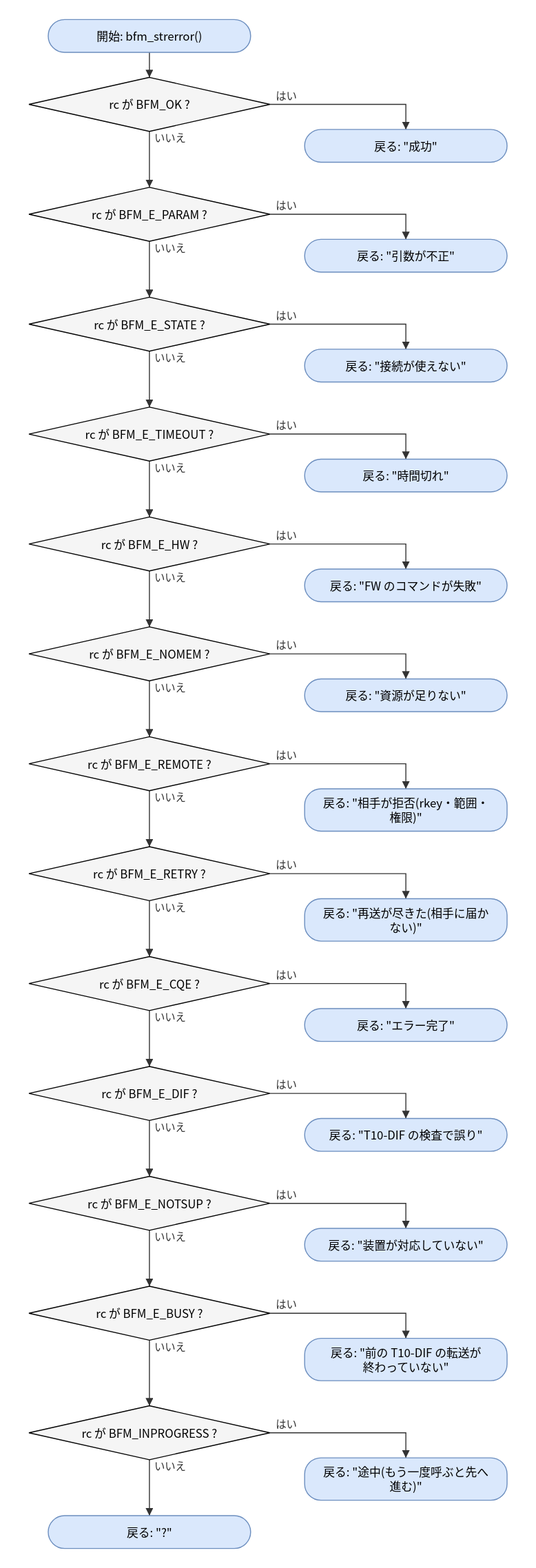
Before: doc/spec/images/flow_src_bfm_ops-bfm_strerror.drawio.svg, a diagram exported from draw.io (hf355051012-ai/bfmem). Source tidied: cells renumbered, new cells last; positions are measured from the earlier drawing's top-left corner, leaving out a move shared by most shapes.
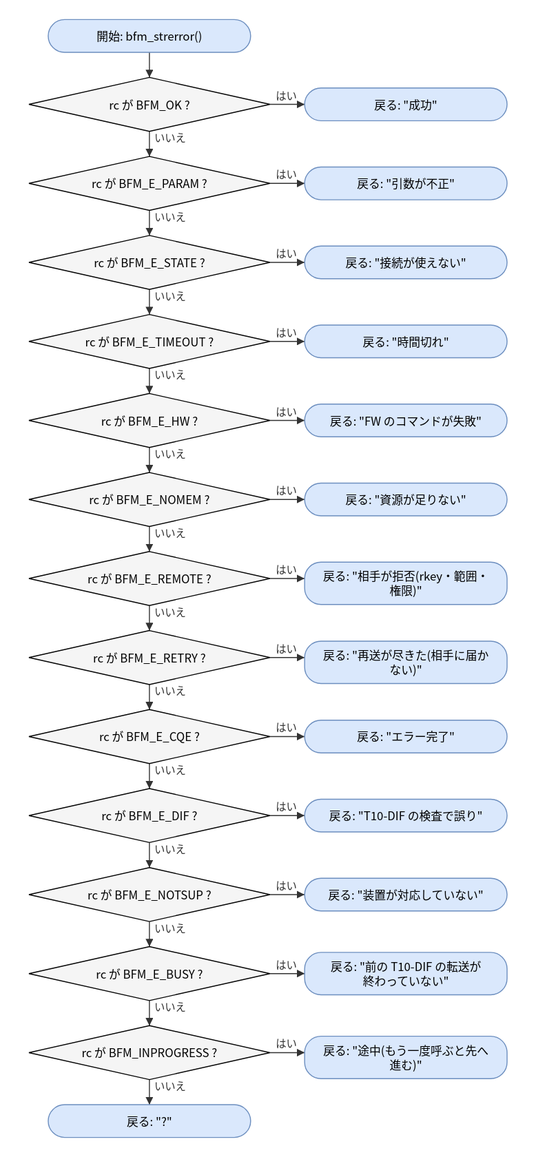
Later version of the same file.

Diff of the diagram source:
```diff
@@ -11,78 +11,78 @@
     <mxCell id="4" value="戻る: &amp;quot;成功&amp;quot;" style="rounded=1;arcSize=50;whiteSpace=wrap;html=1;fillColor=#dae8fc;strokeColor=#6c8ebf;" parent="1" vertex="1">
-      <mxGeometry x="286" y="114" width="210" height="34" as="geometry" />
+      <mxGeometry x="286" y="71" width="210" height="34" as="geometry" />
     </mxCell>
     <mxCell id="5" value="rc が BFM_E_PARAM ?" style="rhombus;whiteSpace=wrap;html=1;fillColor=#f5f5f5;" parent="1" vertex="1">
-      <mxGeometry y="174" width="250" height="56" as="geometry" />
+      <mxGeometry y="142" width="250" height="56" as="geometry" />
     </mxCell>
     <mxCell id="6" value="戻る: &amp;quot;引数が不正&amp;quot;" style="rounded=1;arcSize=50;whiteSpace=wrap;html=1;fillColor=#dae8fc;strokeColor=#6c8ebf;" parent="1" vertex="1">
-      <mxGeometry x="286" y="228" width="210" height="34" as="geometry" />
+      <mxGeometry x="286" y="153" width="210" height="34" as="geometry" />
     </mxCell>
     <mxCell id="7" value="rc が BFM_E_STATE ?" style="rhombus;whiteSpace=wrap;html=1;fillColor=#f5f5f5;" parent="1" vertex="1">
-      <mxGeometry y="288" width="250" height="56" as="geometry" />
+      <mxGeometry y="224" width="250" height="56" as="geometry" />
     </mxCell>
     <mxCell id="8" value="戻る: &amp;quot;接続が使えない&amp;quot;" style="rounded=1;arcSize=50;whiteSpace=wrap;html=1;fillColor=#dae8fc;strokeColor=#6c8ebf;" parent="1" vertex="1">
-      <mxGeometry x="286" y="342" width="210" height="34" as="geometry" />
+      <mxGeometry x="286" y="235" width="210" height="34" as="geometry" />
     </mxCell>
     <mxCell id="9" value="rc が BFM_E_TIMEOUT ?" style="rhombus;whiteSpace=wrap;html=1;fillColor=#f5f5f5;" parent="1" vertex="1">
-      <mxGeometry y="402" width="250" height="56" as="geometry" />
+      <mxGeometry y="306" width="250" height="56" as="geometry" />
     </mxCell>
     <mxCell id="10" value="戻る: &amp;quot;時間切れ&amp;quot;" style="rounded=1;arcSize=50;whiteSpace=wrap;html=1;fillColor=#dae8fc;strokeColor=#6c8ebf;" parent="1" vertex="1">
-      <mxGeometry x="286" y="456" width="210" height="34" as="geometry" />
+      <mxGeometry x="286" y="317" width="210" height="34" as="geometry" />
     </mxCell>
     <mxCell id="11" value="rc が BFM_E_HW ?" style="rhombus;whiteSpace=wrap;html=1;fillColor=#f5f5f5;" parent="1" vertex="1">
-      <mxGeometry y="516" width="250" height="56" as="geometry" />
+      <mxGeometry y="388" width="250" height="56" as="geometry" />
     </mxCell>
     <mxCell id="12" value="戻る: &amp;quot;FW のコマンドが失敗&amp;quot;" style="rounded=1;arcSize=50;whiteSpace=wrap;html=1;fillColor=#dae8fc;strokeColor=#6c8ebf;" parent="1" vertex="1">
-      <mxGeometry x="286" y="570" width="210" height="34" as="geometry" />
+      <mxGeometry x="286" y="399" width="210" height="34" as="geometry" />
     </mxCell>
     <mxCell id="13" value="rc が BFM_E_NOMEM ?" style="rhombus;whiteSpace=wrap;html=1;fillColor=#f5f5f5;" parent="1" vertex="1">
-      <mxGeometry y="630" width="250" height="56" as="geometry" />
+      <mxGeometry y="470" width="250" height="56" as="geometry" />
     </mxCell>
     <mxCell id="14" value="戻る: &amp;quot;資源が足りない&amp;quot;" style="rounded=1;arcSize=50;whiteSpace=wrap;html=1;fillColor=#dae8fc;strokeColor=#6c8ebf;" parent="1" vertex="1">
-      <mxGeometry x="286" y="684" width="210" height="34" as="geometry" />
+      <mxGeometry x="286" y="481" width="210" height="34" as="geometry" />
     </mxCell>
     <mxCell id="15" value="rc が BFM_E_REMOTE ?" style="rhombus;whiteSpace=wrap;html=1;fillColor=#f5f5f5;" parent="1" vertex="1">
-      <mxGeometry y="744" width="250" height="56" as="geometry" />
+      <mxGeometry y="552" width="250" height="56" as="geometry" />
     </mxCell>
     <mxCell id="16" value="戻る: &amp;quot;相手が拒否(rkey・範囲・&lt;br&gt;権限)&amp;quot;" style="rounded=1;arcSize=50;whiteSpace=wrap;html=1;fillColor=#dae8fc;strokeColor=#6c8ebf;" parent="1" vertex="1">
-      <mxGeometry x="286" y="798" width="210" height="44" as="geometry" />
+      <mxGeometry x="286" y="563" width="210" height="44" as="geometry" />
     </mxCell>
     <mxCell id="17" value="rc が BFM_E_RETRY ?" style="rhombus;whiteSpace=wrap;html=1;fillColor=#f5f5f5;" parent="1" vertex="1">
-      <mxGeometry y="858" width="250" height="56" as="geometry" />
+      <mxGeometry y="634" width="250" height="56" as="geometry" />
     </mxCell>
     <mxCell id="18" value="戻る: &amp;quot;再送が尽きた(相手に届か&lt;br&gt;ない)&amp;quot;" style="rounded=1;arcSize=50;whiteSpace=wrap;html=1;fillColor=#dae8fc;strokeColor=#6c8ebf;" parent="1" vertex="1">
-      <mxGeometry x="286" y="912" width="210" height="44" as="geometry" />
+      <mxGeometry x="286" y="645" width="210" height="44" as="geometry" />
     </mxCell>
     <mxCell id="19" value="rc が BFM_E_CQE ?" style="rhombus;whiteSpace=wrap;html=1;fillColor=#f5f5f5;" parent="1" vertex="1">
-      <mxGeometry y="972" width="250" height="56" as="geometry" />
+      <mxGeometry y="716" width="250" height="56" as="geometry" />
     </mxCell>
     <mxCell id="20" value="戻る: &amp;quot;エラー完了&amp;quot;" style="rounded=1;arcSize=50;whiteSpace=wrap;html=1;fillColor=#dae8fc;strokeColor=#6c8ebf;" parent="1" vertex="1">
-      <mxGeometry x="286" y="1026" width="210" height="34" as="geometry" />
+      <mxGeometry x="286" y="727" width="210" height="34" as="geometry" />
     </mxCell>
     <mxCell id="21" value="rc が BFM_E_DIF ?" style="rhombus;whiteSpace=wrap;html=1;fillColor=#f5f5f5;" parent="1" vertex="1">
-      <mxGeometry y="1086" width="250" height="56" as="geometry" />
+      <mxGeometry y="798" width="250" height="56" as="geometry" />
     </mxCell>
     <mxCell id="22" value="戻る: &amp;quot;T10-DIF の検査で誤り&amp;quot;" style="rounded=1;arcSize=50;whiteSpace=wrap;html=1;fillColor=#dae8fc;strokeColor=#6c8ebf;" parent="1" vertex="1">
-      <mxGeometry x="286" y="1140" width="210" height="34" as="geometry" />
+      <mxGeometry x="286" y="809" width="210" height="34" as="geometry" />
     </mxCell>
     <mxCell id="23" value="rc が BFM_E_NOTSUP ?" style="rhombus;whiteSpace=wrap;html=1;fillColor=#f5f5f5;" parent="1" vertex="1">
-      <mxGeometry y="1200" width="250" height="56" as="geometry" />
+      <mxGeometry y="880" width="250" height="56" as="geometry" />
     </mxCell>
     <mxCell id="24" value="戻る: &amp;quot;装置が対応していない&amp;quot;" style="rounded=1;arcSize=50;whiteSpace=wrap;html=1;fillColor=#dae8fc;strokeColor=#6c8ebf;" parent="1" vertex="1">
-      <mxGeometry x="286" y="1254" width="210" height="34" as="geometry" />
+      <mxGeometry x="286" y="891" width="210" height="34" as="geometry" />
     </mxCell>
     <mxCell id="25" value="rc が BFM_E_BUSY ?" style="rhombus;whiteSpace=wrap;html=1;fillColor=#f5f5f5;" parent="1" vertex="1">
-      <mxGeometry y="1314" width="250" height="56" as="geometry" />
+      <mxGeometry y="962" width="250" height="56" as="geometry" />
     </mxCell>
     <mxCell id="26" value="戻る: &amp;quot;前の T10-DIF の転送が&lt;br&gt;終わっていない&amp;quot;" style="rounded=1;arcSize=50;whiteSpace=wrap;html=1;fillColor=#dae8fc;strokeColor=#6c8ebf;" parent="1" vertex="1">
-      <mxGeometry x="286" y="1368" width="210" height="44" as="geometry" />
+      <mxGeometry x="286" y="968" width="210" height="44" as="geometry" />
     </mxCell>
     <mxCell id="27" value="rc が BFM_INPROGRESS ?" style="rhombus;whiteSpace=wrap;html=1;fillColor=#f5f5f5;" parent="1" vertex="1">
-      <mxGeometry y="1438" width="250" height="56" as="geometry" />
+      <mxGeometry y="1044" width="250" height="56" as="geometry" />
     </mxCell>
     <mxCell id="28" value="戻る: &amp;quot;途中(もう一度呼ぶと先へ&lt;br&gt;進む)&amp;quot;" style="rounded=1;arcSize=50;whiteSpace=wrap;html=1;fillColor=#dae8fc;strokeColor=#6c8ebf;" parent="1" vertex="1">
-      <mxGeometry x="286" y="1492" width="210" height="44" as="geometry" />
+      <mxGeometry x="286" y="1055" width="210" height="44" as="geometry" />
     </mxCell>
     <mxCell id="29" value="戻る: &amp;quot;?&amp;quot;" style="rounded=1;arcSize=50;whiteSpace=wrap;html=1;fillColor=#dae8fc;strokeColor=#6c8ebf;" parent="1" vertex="1">
-      <mxGeometry x="20" y="1552" width="210" height="34" as="geometry" />
+      <mxGeometry x="20" y="1126" width="210" height="34" as="geometry" />
     </mxCell>
@@ -91,8 +91,4 @@
     </mxCell>
-    <mxCell id="31" value="はい" style="edgeStyle=none;html=1;rounded=0;endArrow=block;endFill=1;exitX=1.0000;exitY=0.5000;exitDx=0;exitDy=0;exitPerimeter=0;entryX=0.5000;entryY=0.0000;entryDx=0;entryDy=0;entryPerimeter=0;" parent="1" edge="1" source="3" target="4">
-      <mxGeometry relative="1" as="geometry">
-        <Array as="points">
-          <mxPoint x="391" y="88" />
-        </Array>
-      </mxGeometry>
+    <mxCell id="31" value="はい" style="edgeStyle=none;html=1;rounded=0;endArrow=block;endFill=1;exitX=1.0000;exitY=0.5000;exitDx=0;exitDy=0;exitPerimeter=0;entryX=0.0000;entryY=0.5000;entryDx=0;entryDy=0;entryPerimeter=0;" parent="1" edge="1" source="3" target="4">
+      <mxGeometry relative="1" as="geometry" />
     </mxCell>
@@ -101,8 +97,4 @@
     </mxCell>
-    <mxCell id="33" value="はい" style="edgeStyle=none;html=1;rounded=0;endArrow=block;endFill=1;exitX=1.0000;exitY=0.5000;exitDx=0;exitDy=0;exitPerimeter=0;entryX=0.5000;entryY=0.0000;entryDx=0;entryDy=0;entryPerimeter=0;" parent="1" edge="1" source="5" target="6">
-      <mxGeometry relative="1" as="geometry">
-        <Array as="points">
-          <mxPoint x="391" y="202" />
-        </Array>
-      </mxGeometry>
+    <mxCell id="33" value="はい" style="edgeStyle=none;html=1;rounded=0;endArrow=block;endFill=1;exitX=1.0000;exitY=0.5000;exitDx=0;exitDy=0;exitPerimeter=0;entryX=0.0000;entryY=0.5000;entryDx=0;entryDy=0;entryPerimeter=0;" parent="1" edge="1" source="5" target="6">
+      <mxGeometry relative="1" as="geometry" />
     </mxCell>
@@ -111,8 +103,4 @@
     </mxCell>
-    <mxCell id="35" value="はい" style="edgeStyle=none;html=1;rounded=0;endArrow=block;endFill=1;exitX=1.0000;exitY=0.5000;exitDx=0;exitDy=0;exitPerimeter=0;entryX=0.5000;entryY=0.0000;entryDx=0;entryDy=0;entryPerimeter=0;" parent="1" edge="1" source="7" target="8">
-      <mxGeometry relative="1" as="geometry">
-        <Array as="points">
-          <mxPoint x="391" y="316" />
-        </Array>
-      </mxGeometry>
+    <mxCell id="35" value="はい" style="edgeStyle=none;html=1;rounded=0;endArrow=block;endFill=1;exitX=1.0000;exitY=0.5000;exitDx=0;exitDy=0;exitPerimeter=0;entryX=0.0000;entryY=0.5000;entryDx=0;entryDy=0;entryPerimeter=0;" parent="1" edge="1" source="7" target="8">
+      <mxGeometry relative="1" as="geometry" />
     </mxCell>
@@ -121,8 +109,4 @@
     </mxCell>
-    <mxCell id="37" value="はい" style="edgeStyle=none;html=1;rounded=0;endArrow=block;endFill=1;exitX=1.0000;exitY=0.5000;exitDx=0;exitDy=0;exitPerimeter=0;entryX=0.5000;entryY=0.0000;entryDx=0;entryDy=0;entryPerimeter=0;" parent="1" edge="1" source="9" target="10">
-      <mxGeometry relative="1" as="geometry">
-        <Array as="points">
-          <mxPoint x="391" y="430" />
-        </Array>
-      </mxGeometry>
+    <mxCell id="37" value="はい" style="edgeStyle=none;html=1;rounded=0;endArrow=block;endFill=1;exitX=1.0000;exitY=0.5000;exitDx=0;exitDy=0;exitPerimeter=0;entryX=0.0000;entryY=0.5000;entryDx=0;entryDy=0;entryPerimeter=0;" parent="1" edge="1" source="9" target="10">
+      <mxGeometry relative="1" as="geometry" />
     </mxCell>
@@ -131,8 +115,4 @@
     </mxCell>
-    <mxCell id="39" value="はい" style="edgeStyle=none;html=1;rounded=0;endArrow=block;endFill=1;exitX=1.0000;exitY=0.5000;exitDx=0;exitDy=0;exitPerimeter=0;entryX=0.5000;entryY=0.0000;entryDx=0;entryDy=0;entryPerimeter=0;" parent="1" edge="1" source="11" target="12">
-      <mxGeometry relative="1" as="geometry">
-        <Array as="points">
-          <mxPoint x="391" y="544" />
-        </Array>
-      </mxGeometry>
+    <mxCell id="39" value="はい" style="edgeStyle=none;html=1;rounded=0;endArrow=block;endFill=1;exitX=1.0000;exitY=0.5000;exitDx=0;exitDy=0;exitPerimeter=0;entryX=0.0000;entryY=0.5000;entryDx=0;entryDy=0;entryPerimeter=0;" parent="1" edge="1" source="11" target="12">
+      <mxGeometry relative="1" as="geometry" />
     </mxCell>
@@ -141,8 +121,4 @@
     </mxCell>
-    <mxCell id="41" value="はい" style="edgeStyle=none;html=1;rounded=0;endArrow=block;endFill=1;exitX=1.0000;exitY=0.5000;exitDx=0;exitDy=0;exitPerimeter=0;entryX=0.5000;entryY=0.0000;entryDx=0;entryDy=0;entryPerimeter=0;" parent="1" edge="1" source="13" target="14">
-      <mxGeometry relative="1" as="geometry">
-        <Array as="points">
-          <mxPoint x="391" y="658" />
-        </Array>
-      </mxGeometry>
+    <mxCell id="41" value="はい" style="edgeStyle=none;html=1;rounded=0;endArrow=block;endFill=1;exitX=1.0000;exitY=0.5000;exitDx=0;exitDy=0;exitPerimeter=0;entryX=0.0000;entryY=0.5000;entryDx=0;entryDy=0;entryPerimeter=0;" parent="1" edge="1" source="13" target="14">
+      <mxGeometry relative="1" as="geometry" />
     </mxCell>
@@ -151,8 +127,4 @@
     </mxCell>
-    <mxCell id="43" value="はい" style="edgeStyle=none;html=1;rounded=0;endArrow=block;endFill=1;exitX=1.0000;exitY=0.5000;exitDx=0;exitDy=0;exitPerimeter=0;entryX=0.5000;entryY=0.0000;entryDx=0;entryDy=0;entryPerimeter=0;" parent="1" edge="1" source="15" target="16">
-      <mxGeometry relative="1" as="geometry">
-        <Array as="points">
-          <mxPoint x="391" y="772" />
-        </Array>
-      </mxGeometry>
+    <mxCell id="43" value="はい" style="edgeStyle=none;html=1;rounded=0;endArrow=block;endFill=1;exitX=1.0000;exitY=0.5000;exitDx=0;exitDy=0;exitPerimeter=0;entryX=0.0000;entryY=0.3864;entryDx=0;entryDy=0;entryPerimeter=0;" parent="1" edge="1" source="15" target="16">
+      <mxGeometry relative="1" as="geometry" />
     </mxCell>
@@ -161,8 +133,4 @@
     </mxCell>
-    <mxCell id="45" value="はい" style="edgeStyle=none;html=1;rounded=0;endArrow=block;endFill=1;exitX=1.0000;exitY=0.5000;exitDx=0;exitDy=0;exitPerimeter=0;entryX=0.5000;entryY=0.0000;entryDx=0;entryDy=0;entryPerimeter=0;" parent="1" edge="1" source="17" target="18">
-      <mxGeometry relative="1" as="geometry">
-        <Array as="points">
-          <mxPoint x="391" y="886" />
-        </Array>
-      </mxGeometry>
+    <mxCell id="45" value="はい" style="edgeStyle=none;html=1;rounded=0;endArrow=block;endFill=1;exitX=1.0000;exitY=0.5000;exitDx=0;exitDy=0;exitPerimeter=0;entryX=0.0000;entryY=0.3864;entryDx=0;entryDy=0;entryPerimeter=0;" parent="1" edge="1" source="17" target="18">
+      <mxGeometry relative="1" as="geometry" />
     </mxCell>
@@ -171,8 +139,4 @@
     </mxCell>
-    <mxCell id="47" value="はい" style="edgeStyle=none;html=1;rounded=0;endArrow=block;endFill=1;exitX=1.0000;exitY=0.5000;exitDx=0;exitDy=0;exitPerimeter=0;entryX=0.5000;entryY=0.0000;entryDx=0;entryDy=0;entryPerimeter=0;" parent="1" edge="1" source="19" target="20">
-      <mxGeometry relative="1" as="geometry">
-        <Array as="points">
-          <mxPoint x="391" y="1000" />
-        </Array>
-      </mxGeometry>
+    <mxCell id="47" value="はい" style="edgeStyle=none;html=1;rounded=0;endArrow=block;endFill=1;exitX=1.0000;exitY=0.5000;exitDx=0;exitDy=0;exitPerimeter=0;entryX=0.0000;entryY=0.5000;entryDx=0;entryDy=0;entryPerimeter=0;" parent="1" edge="1" source="19" target="20">
+      <mxGeometry relative="1" as="geometry" />
     </mxCell>
@@ -181,8 +145,4 @@
     </mxCell>
-    <mxCell id="49" value="はい" style="edgeStyle=none;html=1;rounded=0;endArrow=block;endFill=1;exitX=1.0000;exitY=0.5000;exitDx=0;exitDy=0;exitPerimeter=0;entryX=0.5000;entryY=0.0000;entryDx=0;entryDy=0;entryPerimeter=0;" parent="1" edge="1" source="21" target="22">
-      <mxGeometry relative="1" as="geometry">
-        <Array as="points">
-          <mxPoint x="391" y="1114" />
-        </Array>
-      </mxGeometry>
+    <mxCell id="49" value="はい" style="edgeStyle=none;html=1;rounded=0;endArrow=block;endFill=1;exitX=1.0000;exitY=0.5000;exitDx=0;exitDy=0;exitPerimeter=0;entryX=0.0000;entryY=0.5000;entryDx=0;entryDy=0;entryPerimeter=0;" parent="1" edge="1" source="21" target="22">
+      <mxGeometry relative="1" as="geometry" />
     </mxCell>
@@ -191,8 +151,4 @@
     </mxCell>
-    <mxCell id="51" value="はい" style="edgeStyle=none;html=1;rounded=0;endArrow=block;endFill=1;exitX=1.0000;exitY=0.5000;exitDx=0;exitDy=0;exitPerimeter=0;entryX=0.5000;entryY=0.0000;entryDx=0;entryDy=0;entryPerimeter=0;" parent="1" edge="1" source="23" target="24">
-      <mxGeometry relative="1" as="geometry">
-        <Array as="points">
-          <mxPoint x="391" y="1228" />
-        </Array>
-      </mxGeometry>
+    <mxCell id="51" value="はい" style="edgeStyle=none;html=1;rounded=0;endArrow=block;endFill=1;exitX=1.0000;exitY=0.5000;exitDx=0;exitDy=0;exitPerimeter=0;entryX=0.0000;entryY=0.5000;entryDx=0;entryDy=0;entryPerimeter=0;" parent="1" edge="1" source="23" target="24">
+      <mxGeometry relative="1" as="geometry" />
     </mxCell>
@@ -201,8 +157,4 @@
     </mxCell>
-    <mxCell id="53" value="はい" style="edgeStyle=none;html=1;rounded=0;endArrow=block;endFill=1;exitX=1.0000;exitY=0.5000;exitDx=0;exitDy=0;exitPerimeter=0;entryX=0.5000;entryY=0.0000;entryDx=0;entryDy=0;entryPerimeter=0;" parent="1" edge="1" source="25" target="26">
-      <mxGeometry relative="1" as="geometry">
-        <Array as="points">
-          <mxPoint x="391" y="1342" />
-        </Array>
-      </mxGeometry>
+    <mxCell id="53" value="はい" style="edgeStyle=none;html=1;rounded=0;endArrow=block;endFill=1;exitX=1.0000;exitY=0.5000;exitDx=0;exitDy=0;exitPerimeter=0;entryX=0.0000;entryY=0.5000;entryDx=0;entryDy=0;entryPerimeter=0;" parent="1" edge="1" source="25" target="26">
+      <mxGeometry relative="1" as="geometry" />
     </mxCell>
@@ -211,8 +163,4 @@
     </mxCell>
-    <mxCell id="55" value="はい" style="edgeStyle=none;html=1;rounded=0;endArrow=block;endFill=1;exitX=1.0000;exitY=0.5000;exitDx=0;exitDy=0;exitPerimeter=0;entryX=0.5000;entryY=0.0000;entryDx=0;entryDy=0;entryPerimeter=0;" parent="1" edge="1" source="27" target="28">
-      <mxGeometry relative="1" as="geometry">
-        <Array as="points">
-          <mxPoint x="391" y="1466" />
-        </Array>
-      </mxGeometry>
+    <mxCell id="55" value="はい" style="edgeStyle=none;html=1;rounded=0;endArrow=block;endFill=1;exitX=1.0000;exitY=0.5000;exitDx=0;exitDy=0;exitPerimeter=0;entryX=0.0000;entryY=0.3864;entryDx=0;entryDy=0;entryPerimeter=0;" parent="1" edge="1" source="27" target="28">
+      <mxGeometry relative="1" as="geometry" />
     </mxCell>
```
